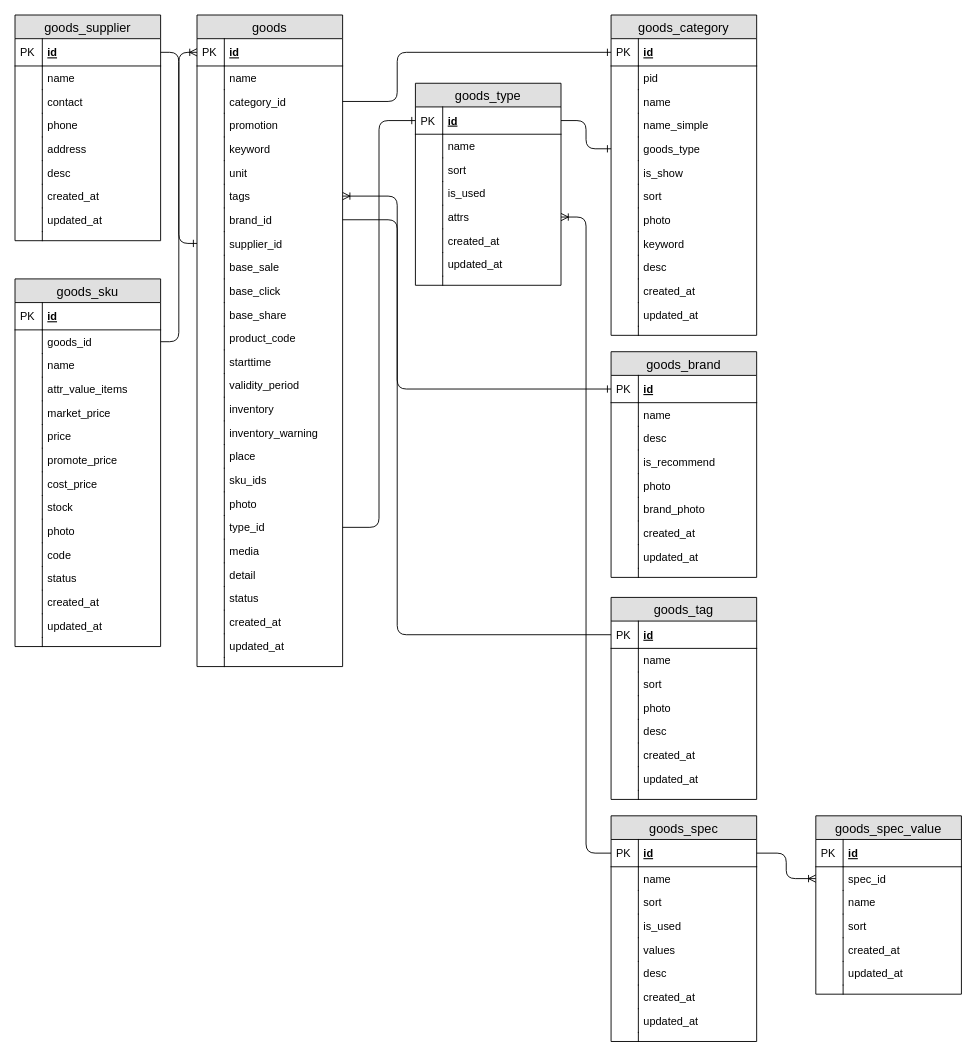
wurh/myDesignDoc keeps this draw.io diagram as 个人开源电商/littlemall_serivce_sql.drawio. Above is the earlier version. Source tidied: cells renumbered, new cells numbered last; positions are measured from the earlier drawing's top-left corner, leaving out a move shared by most shapes. Both pictures are drawn from the tidied source at 91%, with x=0, y=0 at pixel (15, 15).
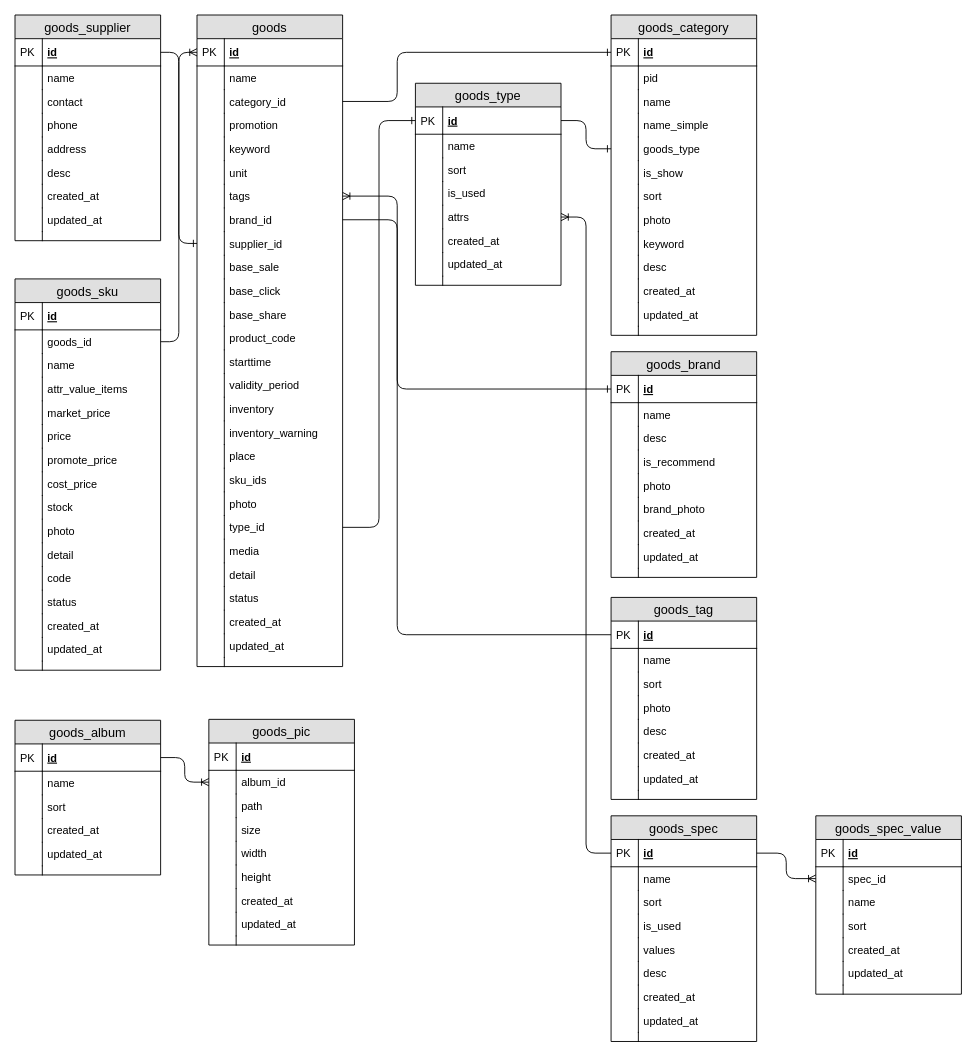
After the change.

The edit, as a diff of the source:
```diff
@@
     <mxCell id="182" value="goods_sku" style="swimlane;fontStyle=0;horizontal=1;startSize=26;fillColor=#e0e0e0;swimlaneFillColor=#ffffff;align=center;fontSize=14;" parent="1" vertex="1">
-      <mxGeometry y="290" width="160" height="404" as="geometry" />
+      <mxGeometry y="290" width="160" height="430" as="geometry" />
     </mxCell>
@@
-    <mxCell id="203" value="code" style="shape=partialRectangle;top=0;left=0;right=0;bottom=0;align=left;verticalAlign=top;fillColor=none;spacingLeft=34;spacingRight=4;overflow=hidden;fontSize=12;" parent="182" vertex="1">
+    <mxCell id="203" value="detail" style="shape=partialRectangle;top=0;left=0;right=0;bottom=0;align=left;verticalAlign=top;fillColor=none;spacingLeft=34;spacingRight=4;overflow=hidden;fontSize=12;" parent="182" vertex="1">
       <mxGeometry y="290" width="160" height="26" as="geometry" />
     </mxCell>
@@
+    <mxCell id="230" value="code" style="shape=partialRectangle;top=0;left=0;right=0;bottom=0;align=left;verticalAlign=top;fillColor=none;spacingLeft=34;spacingRight=4;overflow=hidden;fontSize=12;" parent="182" vertex="1">
+      <mxGeometry y="316" width="160" height="26" as="geometry" />
+    </mxCell>
+    <mxCell id="231" style="shape=partialRectangle;top=0;left=0;bottom=0;fillColor=none;align=left;verticalAlign=top;spacingLeft=4;spacingRight=4;overflow=hidden;fontSize=12;" parent="230" vertex="1">
+      <mxGeometry width="30" height="26" as="geometry" />
+    </mxCell>
     <mxCell id="205" value="status" style="shape=partialRectangle;top=0;left=0;right=0;bottom=0;align=left;verticalAlign=top;fillColor=none;spacingLeft=34;spacingRight=4;overflow=hidden;fontSize=12;" parent="182" vertex="1">
-      <mxGeometry y="316" width="160" height="26" as="geometry" />
+      <mxGeometry y="342" width="160" height="26" as="geometry" />
     </mxCell>
@@
     <mxCell id="207" value="created_at" style="shape=partialRectangle;top=0;left=0;right=0;bottom=0;align=left;verticalAlign=top;fillColor=none;spacingLeft=34;spacingRight=4;overflow=hidden;fontSize=12;" parent="182" vertex="1">
-      <mxGeometry y="342" width="160" height="26" as="geometry" />
+      <mxGeometry y="368" width="160" height="26" as="geometry" />
     </mxCell>
@@
     <mxCell id="209" value="updated_at" style="shape=partialRectangle;top=0;left=0;right=0;bottom=0;align=left;verticalAlign=top;fillColor=none;spacingLeft=34;spacingRight=4;overflow=hidden;fontSize=12;" parent="182" vertex="1">
-      <mxGeometry y="368" width="160" height="26" as="geometry" />
+      <mxGeometry y="394" width="160" height="26" as="geometry" />
     </mxCell>
@@
     <mxCell id="211" style="shape=partialRectangle;top=0;left=0;right=0;bottom=0;align=left;verticalAlign=top;fillColor=none;spacingLeft=34;spacingRight=4;overflow=hidden;fontSize=12;" parent="182" vertex="1">
-      <mxGeometry y="394" width="160" height="10" as="geometry" />
+      <mxGeometry y="420" width="160" height="10" as="geometry" />
     </mxCell>
@@
+    <mxCell id="232" value="goods_album" style="swimlane;fontStyle=0;horizontal=1;startSize=26;fillColor=#e0e0e0;swimlaneFillColor=#ffffff;align=center;fontSize=14;" parent="1" vertex="1">
+      <mxGeometry y="775" width="160" height="170" as="geometry" />
+    </mxCell>
+    <mxCell id="233" value="id" style="shape=partialRectangle;top=0;left=0;right=0;bottom=1;align=left;verticalAlign=middle;fillColor=none;spacingLeft=34;spacingRight=4;overflow=hidden;points=[[0,0.5],[1,0.5]];portConstraint=eastwest;fontStyle=5;fontSize=12;" parent="232" vertex="1">
+      <mxGeometry y="26" width="160" height="30" as="geometry" />
+    </mxCell>
+    <mxCell id="234" value="PK" style="shape=partialRectangle;top=0;left=0;bottom=0;fillColor=none;align=left;verticalAlign=middle;spacingLeft=4;spacingRight=4;overflow=hidden;fontSize=12;" parent="233" vertex="1">
+      <mxGeometry width="30" height="30" as="geometry" />
+    </mxCell>
+    <mxCell id="235" value="name" style="shape=partialRectangle;top=0;left=0;right=0;bottom=0;align=left;verticalAlign=top;fillColor=none;spacingLeft=34;spacingRight=4;overflow=hidden;fontSize=12;" parent="232" vertex="1">
+      <mxGeometry y="56" width="160" height="26" as="geometry" />
+    </mxCell>
+    <mxCell id="236" style="shape=partialRectangle;top=0;left=0;bottom=0;fillColor=none;align=left;verticalAlign=top;spacingLeft=4;spacingRight=4;overflow=hidden;fontSize=12;" parent="235" vertex="1">
+      <mxGeometry width="30" height="26" as="geometry" />
+    </mxCell>
+    <mxCell id="237" value="sort" style="shape=partialRectangle;top=0;left=0;right=0;bottom=0;align=left;verticalAlign=top;fillColor=none;spacingLeft=34;spacingRight=4;overflow=hidden;fontSize=12;" parent="232" vertex="1">
+      <mxGeometry y="82" width="160" height="26" as="geometry" />
+    </mxCell>
+    <mxCell id="238" style="shape=partialRectangle;top=0;left=0;bottom=0;fillColor=none;align=left;verticalAlign=top;spacingLeft=4;spacingRight=4;overflow=hidden;fontSize=12;" parent="237" vertex="1">
+      <mxGeometry width="30" height="26" as="geometry" />
+    </mxCell>
+    <mxCell id="239" value="created_at" style="shape=partialRectangle;top=0;left=0;right=0;bottom=0;align=left;verticalAlign=top;fillColor=none;spacingLeft=34;spacingRight=4;overflow=hidden;fontSize=12;" parent="232" vertex="1">
+      <mxGeometry y="108" width="160" height="26" as="geometry" />
+    </mxCell>
+    <mxCell id="240" style="shape=partialRectangle;top=0;left=0;bottom=0;fillColor=none;align=left;verticalAlign=top;spacingLeft=4;spacingRight=4;overflow=hidden;fontSize=12;" parent="239" vertex="1">
+      <mxGeometry width="30" height="26" as="geometry" />
+    </mxCell>
+    <mxCell id="241" value="updated_at" style="shape=partialRectangle;top=0;left=0;right=0;bottom=0;align=left;verticalAlign=top;fillColor=none;spacingLeft=34;spacingRight=4;overflow=hidden;fontSize=12;" parent="232" vertex="1">
+      <mxGeometry y="134" width="160" height="26" as="geometry" />
+    </mxCell>
+    <mxCell id="242" style="shape=partialRectangle;top=0;left=0;bottom=0;fillColor=none;align=left;verticalAlign=top;spacingLeft=4;spacingRight=4;overflow=hidden;fontSize=12;" parent="241" vertex="1">
+      <mxGeometry width="30" height="26" as="geometry" />
+    </mxCell>
+    <mxCell id="243" style="shape=partialRectangle;top=0;left=0;right=0;bottom=0;align=left;verticalAlign=top;fillColor=none;spacingLeft=34;spacingRight=4;overflow=hidden;fontSize=12;" parent="232" vertex="1">
+      <mxGeometry y="160" width="160" height="10" as="geometry" />
+    </mxCell>
+    <mxCell id="244" style="shape=partialRectangle;top=0;left=0;bottom=0;fillColor=none;align=left;verticalAlign=top;spacingLeft=4;spacingRight=4;overflow=hidden;fontSize=12;" parent="243" vertex="1">
+      <mxGeometry width="30" height="10" as="geometry" />
+    </mxCell>
+    <mxCell id="245" value="goods_pic" style="swimlane;fontStyle=0;horizontal=1;startSize=26;fillColor=#e0e0e0;swimlaneFillColor=#ffffff;align=center;fontSize=14;" parent="1" vertex="1">
+      <mxGeometry x="213" y="774" width="160" height="248" as="geometry" />
+    </mxCell>
+    <mxCell id="246" value="id" style="shape=partialRectangle;top=0;left=0;right=0;bottom=1;align=left;verticalAlign=middle;fillColor=none;spacingLeft=34;spacingRight=4;overflow=hidden;fontStyle=5;fontSize=12;" parent="245" vertex="1">
+      <mxGeometry y="26" width="160" height="30" as="geometry" />
+    </mxCell>
+    <mxCell id="247" value="PK" style="shape=partialRectangle;top=0;left=0;bottom=0;fillColor=none;align=left;verticalAlign=middle;spacingLeft=4;spacingRight=4;overflow=hidden;fontSize=12;" parent="246" vertex="1">
+      <mxGeometry width="30" height="30" as="geometry" />
+    </mxCell>
+    <mxCell id="248" value="album_id" style="shape=partialRectangle;top=0;left=0;right=0;bottom=0;align=left;verticalAlign=top;fillColor=none;spacingLeft=34;spacingRight=4;overflow=hidden;points=[[0,0.5],[1,0.5]];portConstraint=eastwest;fontSize=12;" parent="245" vertex="1">
+      <mxGeometry y="56" width="160" height="26" as="geometry" />
+    </mxCell>
+    <mxCell id="249" style="shape=partialRectangle;top=0;left=0;bottom=0;fillColor=none;align=left;verticalAlign=top;spacingLeft=4;spacingRight=4;overflow=hidden;fontSize=12;" parent="248" vertex="1">
+      <mxGeometry width="30" height="26" as="geometry" />
+    </mxCell>
+    <mxCell id="250" value="path" style="shape=partialRectangle;top=0;left=0;right=0;bottom=0;align=left;verticalAlign=top;fillColor=none;spacingLeft=34;spacingRight=4;overflow=hidden;fontSize=12;" parent="245" vertex="1">
+      <mxGeometry y="82" width="160" height="26" as="geometry" />
+    </mxCell>
+    <mxCell id="251" style="shape=partialRectangle;top=0;left=0;bottom=0;fillColor=none;align=left;verticalAlign=top;spacingLeft=4;spacingRight=4;overflow=hidden;fontSize=12;" parent="250" vertex="1">
+      <mxGeometry width="30" height="26" as="geometry" />
+    </mxCell>
+    <mxCell id="252" value="size" style="shape=partialRectangle;top=0;left=0;right=0;bottom=0;align=left;verticalAlign=top;fillColor=none;spacingLeft=34;spacingRight=4;overflow=hidden;fontSize=12;" parent="245" vertex="1">
+      <mxGeometry y="108" width="160" height="26" as="geometry" />
+    </mxCell>
+    <mxCell id="253" style="shape=partialRectangle;top=0;left=0;bottom=0;fillColor=none;align=left;verticalAlign=top;spacingLeft=4;spacingRight=4;overflow=hidden;fontSize=12;" parent="252" vertex="1">
+      <mxGeometry width="30" height="26" as="geometry" />
+    </mxCell>
+    <mxCell id="254" value="width" style="shape=partialRectangle;top=0;left=0;right=0;bottom=0;align=left;verticalAlign=top;fillColor=none;spacingLeft=34;spacingRight=4;overflow=hidden;fontSize=12;" parent="245" vertex="1">
+      <mxGeometry y="134" width="160" height="26" as="geometry" />
+    </mxCell>
+    <mxCell id="255" style="shape=partialRectangle;top=0;left=0;bottom=0;fillColor=none;align=left;verticalAlign=top;spacingLeft=4;spacingRight=4;overflow=hidden;fontSize=12;" parent="254" vertex="1">
+      <mxGeometry width="30" height="26" as="geometry" />
+    </mxCell>
+    <mxCell id="256" value="height" style="shape=partialRectangle;top=0;left=0;right=0;bottom=0;align=left;verticalAlign=top;fillColor=none;spacingLeft=34;spacingRight=4;overflow=hidden;fontSize=12;" parent="245" vertex="1">
+      <mxGeometry y="160" width="160" height="26" as="geometry" />
+    </mxCell>
+    <mxCell id="257" style="shape=partialRectangle;top=0;left=0;bottom=0;fillColor=none;align=left;verticalAlign=top;spacingLeft=4;spacingRight=4;overflow=hidden;fontSize=12;" parent="256" vertex="1">
+      <mxGeometry width="30" height="26" as="geometry" />
+    </mxCell>
+    <mxCell id="258" value="created_at" style="shape=partialRectangle;top=0;left=0;right=0;bottom=0;align=left;verticalAlign=top;fillColor=none;spacingLeft=34;spacingRight=4;overflow=hidden;fontSize=12;" parent="245" vertex="1">
+      <mxGeometry y="186" width="160" height="26" as="geometry" />
+    </mxCell>
+    <mxCell id="259" style="shape=partialRectangle;top=0;left=0;bottom=0;fillColor=none;align=left;verticalAlign=top;spacingLeft=4;spacingRight=4;overflow=hidden;fontSize=12;" parent="258" vertex="1">
+      <mxGeometry width="30" height="26" as="geometry" />
+    </mxCell>
+    <mxCell id="260" value="updated_at" style="shape=partialRectangle;top=0;left=0;right=0;bottom=0;align=left;verticalAlign=top;fillColor=none;spacingLeft=34;spacingRight=4;overflow=hidden;fontSize=12;" parent="245" vertex="1">
+      <mxGeometry y="212" width="160" height="26" as="geometry" />
+    </mxCell>
+    <mxCell id="261" style="shape=partialRectangle;top=0;left=0;bottom=0;fillColor=none;align=left;verticalAlign=top;spacingLeft=4;spacingRight=4;overflow=hidden;fontSize=12;" parent="260" vertex="1">
+      <mxGeometry width="30" height="26" as="geometry" />
+    </mxCell>
+    <mxCell id="262" style="shape=partialRectangle;top=0;left=0;right=0;bottom=0;align=left;verticalAlign=top;fillColor=none;spacingLeft=34;spacingRight=4;overflow=hidden;fontSize=12;" parent="245" vertex="1">
+      <mxGeometry y="238" width="160" height="10" as="geometry" />
+    </mxCell>
+    <mxCell id="263" style="shape=partialRectangle;top=0;left=0;bottom=0;fillColor=none;align=left;verticalAlign=top;spacingLeft=4;spacingRight=4;overflow=hidden;fontSize=12;" parent="262" vertex="1">
+      <mxGeometry width="30" height="10" as="geometry" />
+    </mxCell>
+    <mxCell id="264" style="edgeStyle=orthogonalEdgeStyle;fontSize=12;html=1;endArrow=ERoneToMany;entryX=0;entryY=0.5;entryDx=0;entryDy=0;exitX=1;exitY=0.5;exitDx=0;exitDy=0;" parent="1" edge="1" source="233" target="248">
+      <mxGeometry relative="1" as="geometry" />
+    </mxCell>
```
